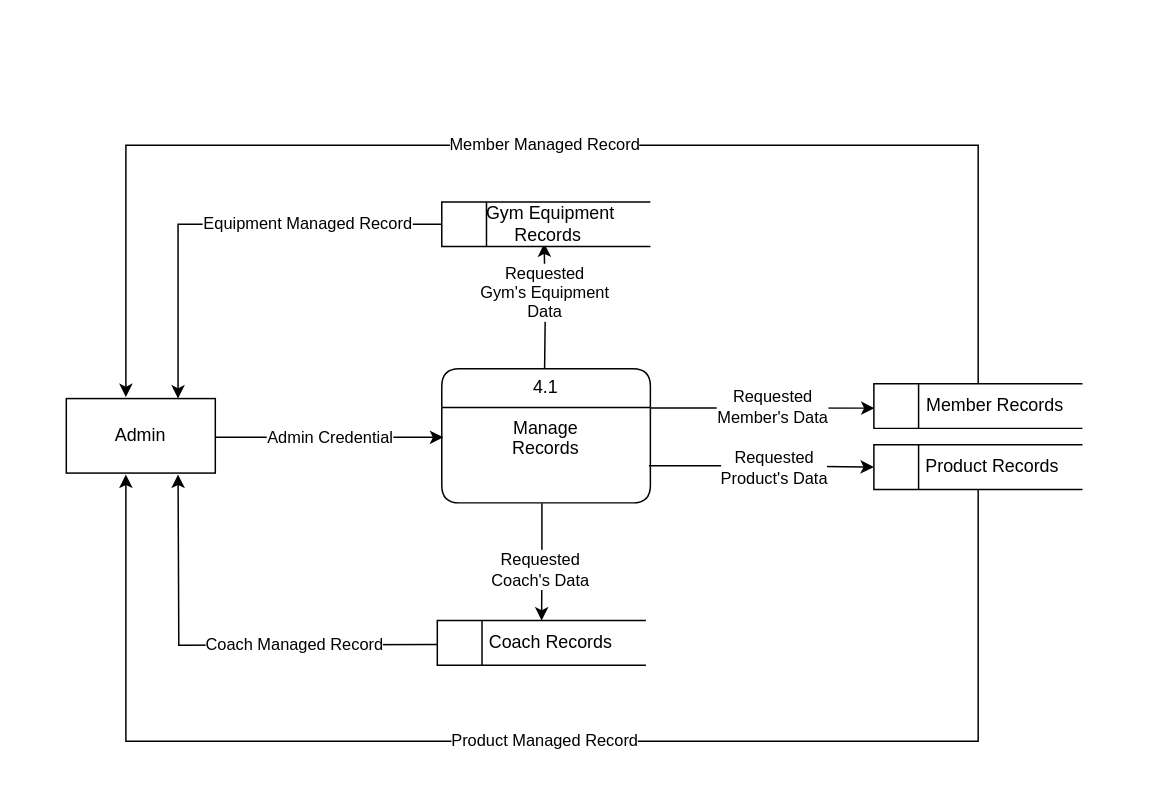
The draw.io diagram page "Level 5 ( Manage Records)" (6 of 11) of Untitled Diagram.drawio in FacundoBnts/app-dev, before the edit. Source tidied: cells renumbered, new cells numbered last; positions are measured from the earlier drawing's top-left corner, leaving out a move shared by most shapes. Both pictures are drawn from the tidied source at 149%, with x=0, y=0 at pixel (66, 145).
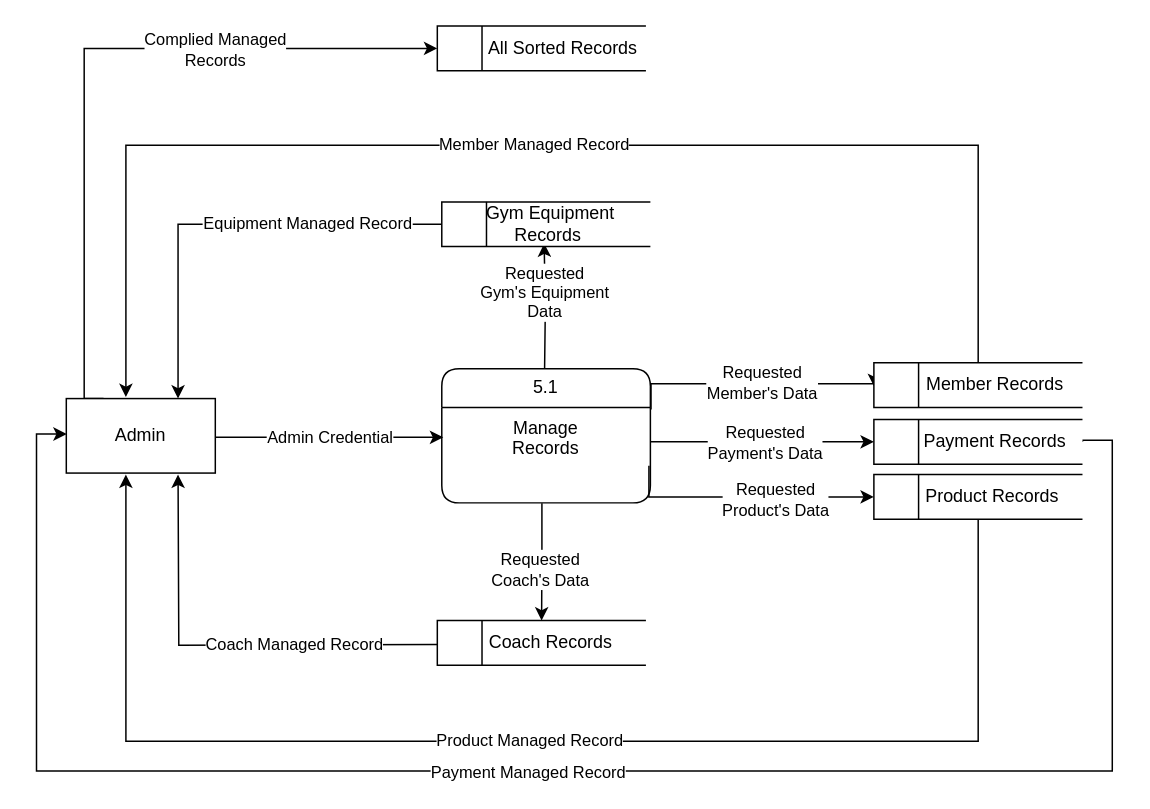
After the change.

The change refers to these unchanged cells:
```xml
<mxCell id="2" value="&lt;div&gt;Admin&lt;/div&gt;" style="html=1;dashed=0;whiteSpace=wrap;" parent="1" vertex="1">
  <mxGeometry y="170" width="100" height="50" as="geometry" />
</mxCell>
<mxCell id="15" value="&lt;div&gt;Manage&lt;br&gt;&lt;/div&gt;&lt;div&gt;Records&lt;br&gt;&lt;/div&gt;" style="text;strokeColor=none;fillColor=none;align=center;verticalAlign=top;spacingLeft=4;spacingRight=4;overflow=hidden;points=[[0,0.5],[1,0.5]];portConstraint=eastwest;whiteSpace=wrap;html=1;" parent="1" vertex="1">
  <mxGeometry x="252" y="176" width="140" height="64" as="geometry" />
</mxCell>
```

The edit, as a diff of the source:
```diff
@@
+    <mxCell id="20" style="edgeStyle=orthogonalEdgeStyle;rounded=0;jettySize=auto;html=1;exitX=0.25;exitY=0;exitDx=0;exitDy=0;entryX=0;entryY=0.5;entryDx=0;entryDy=0;" parent="1" edge="1" source="2" target="27">
+      <mxGeometry relative="1" as="geometry">
+        <Array as="points">
+          <mxPoint x="12" y="170" />
+          <mxPoint x="12" y="-65" />
+        </Array>
+      </mxGeometry>
+    </mxCell>
+    <mxCell id="21" value="&lt;div&gt;Complied Managed &lt;br&gt;&lt;/div&gt;&lt;div&gt;Records&lt;br&gt;&lt;/div&gt;" style="edgeLabel;html=1;align=center;verticalAlign=middle;" parent="20" vertex="1">
+      <mxGeometry x="0.38" relative="1" as="geometry" />
+    </mxCell>
@@
     <mxCell id="3" style="edgeStyle=orthogonalEdgeStyle;rounded=0;jettySize=auto;html=1;exitX=0.993;exitY=0.611;exitDx=0;exitDy=0;entryX=0;entryY=0.5;entryDx=0;entryDy=0;exitPerimeter=0;" parent="1" edge="1" source="15" target="12">
-      <mxGeometry relative="1" as="geometry" />
+      <mxGeometry relative="1" as="geometry">
+        <Array as="points">
+          <mxPoint x="391" y="236" />
+        </Array>
+      </mxGeometry>
     </mxCell>
     <mxCell id="4" value="&lt;div&gt;Requested&lt;/div&gt;&lt;div&gt;Product's Data&lt;br&gt;&lt;/div&gt;" style="edgeLabel;html=1;align=center;verticalAlign=middle;" parent="3" vertex="1">
       <mxGeometry x="-0.22" relative="1" as="geometry">
-        <mxPoint x="24" y="1" as="offset" />
+        <mxPoint x="38" y="1" as="offset" />
       </mxGeometry>
     </mxCell>
     <mxCell id="5" value="&lt;div&gt;Requested &lt;br&gt;&lt;/div&gt;&lt;div&gt;Member's Data&lt;/div&gt;" style="edgeStyle=orthogonalEdgeStyle;rounded=0;jettySize=auto;html=1;exitX=1.003;exitY=0.067;exitDx=0;exitDy=0;exitPerimeter=0;entryX=0.003;entryY=0.547;entryDx=0;entryDy=0;entryPerimeter=0;" parent="1" edge="1" target="11">
       <mxGeometry x="0.09" relative="1" as="geometry">
         <mxPoint x="392.4" y="177.3" as="sourcePoint" />
         <Array as="points">
-          <mxPoint x="542" y="176" />
+          <mxPoint x="392" y="160" />
+          <mxPoint x="542" y="160" />
         </Array>
       </mxGeometry>
     </mxCell>
@@
+    <mxCell id="22" style="edgeStyle=orthogonalEdgeStyle;rounded=0;jettySize=auto;html=1;entryX=0;entryY=0.5;entryDx=0;entryDy=0;" parent="1" edge="1" source="9" target="26">
+      <mxGeometry relative="1" as="geometry">
+        <Array as="points">
+          <mxPoint x="442" y="199" />
+          <mxPoint x="442" y="199" />
+        </Array>
+      </mxGeometry>
+    </mxCell>
+    <mxCell id="23" value="&lt;div&gt;Requested &lt;br&gt;&lt;/div&gt;&lt;div&gt;Payment's Data&lt;br&gt;&lt;/div&gt;" style="edgeLabel;html=1;align=center;verticalAlign=middle;" parent="22" vertex="1">
+      <mxGeometry x="-0.08" relative="1" as="geometry">
+        <mxPoint x="7" as="offset" />
+      </mxGeometry>
+    </mxCell>
-    <mxCell id="9" value="4.1" style="swimlane;fontStyle=0;horizontal=1;startSize=26;fillColor=none;whiteSpace=wrap;html=1;rounded=1;" parent="1" vertex="1">
+    <mxCell id="9" value="&lt;div&gt;5.1&lt;/div&gt;" style="swimlane;fontStyle=0;horizontal=1;startSize=26;fillColor=none;whiteSpace=wrap;html=1;rounded=1;" parent="1" vertex="1">
       <mxGeometry x="252" y="150" width="140" height="90" as="geometry" />
     </mxCell>
@@
     <mxCell id="11" value="&lt;div align=&quot;center&quot;&gt;&amp;nbsp;&amp;nbsp;&amp;nbsp;&amp;nbsp;&amp;nbsp; Member Records&lt;br&gt;&lt;/div&gt;" style="html=1;dashed=0;whiteSpace=wrap;shape=mxgraph.dfd.dataStoreID;align=center;spacingLeft=3;points=[[0,0],[0.5,0],[1,0],[0,0.5],[1,0.5],[0,1],[0.5,1],[1,1]];" parent="1" vertex="1">
-      <mxGeometry x="542" y="160" width="140" height="30" as="geometry" />
+      <mxGeometry x="542" y="146" width="140" height="30" as="geometry" />
     </mxCell>
     <mxCell id="12" value="&amp;nbsp;&amp;nbsp;&amp;nbsp;&amp;nbsp;&amp;nbsp;&amp;nbsp;&amp;nbsp;&amp;nbsp; Product Records" style="html=1;dashed=0;whiteSpace=wrap;shape=mxgraph.dfd.dataStoreID;align=left;spacingLeft=3;points=[[0,0],[0.5,0],[1,0],[0,0.5],[1,0.5],[0,1],[0.5,1],[1,1]];" parent="1" vertex="1">
-      <mxGeometry x="542" y="201" width="140" height="30" as="geometry" />
+      <mxGeometry x="542" y="221" width="140" height="30" as="geometry" />
     </mxCell>
@@
+    <mxCell id="24" style="edgeStyle=orthogonalEdgeStyle;rounded=0;jettySize=auto;html=1;entryX=0.003;entryY=0.475;entryDx=0;entryDy=0;entryPerimeter=0;exitX=1;exitY=0.5;exitDx=0;exitDy=0;" parent="1" edge="1" source="26" target="2">
+      <mxGeometry relative="1" as="geometry">
+        <Array as="points">
+          <mxPoint x="702" y="198" />
+          <mxPoint x="702" y="420" />
+          <mxPoint x="-20" y="420" />
+          <mxPoint x="-20" y="194" />
+        </Array>
+      </mxGeometry>
+    </mxCell>
+    <mxCell id="25" value="Payment Managed Record" style="edgeLabel;html=1;align=center;verticalAlign=middle;" parent="24" vertex="1">
+      <mxGeometry x="0.05" y="3" relative="1" as="geometry">
+        <mxPoint y="-3" as="offset" />
+      </mxGeometry>
+    </mxCell>
+    <mxCell id="26" value="&lt;div align=&quot;center&quot;&gt;&amp;nbsp;&amp;nbsp;&amp;nbsp;&amp;nbsp;&amp;nbsp; Payment Records&lt;br&gt;&lt;/div&gt;" style="html=1;dashed=0;whiteSpace=wrap;shape=mxgraph.dfd.dataStoreID;align=center;spacingLeft=3;points=[[0,0],[0.5,0],[1,0],[0,0.5],[1,0.5],[0,1],[0.5,1],[1,1]];" parent="1" vertex="1">
+      <mxGeometry x="542" y="184" width="140" height="30" as="geometry" />
+    </mxCell>
+    <mxCell id="27" value="&lt;div align=&quot;center&quot;&gt;&amp;nbsp;&amp;nbsp;&amp;nbsp;&amp;nbsp;&amp;nbsp;&amp;nbsp;&amp;nbsp; All Sorted Records&lt;br&gt;&lt;/div&gt;" style="html=1;dashed=0;whiteSpace=wrap;shape=mxgraph.dfd.dataStoreID;align=center;spacingLeft=3;points=[[0,0],[0.5,0],[1,0],[0,0.5],[1,0.5],[0,1],[0.5,1],[1,1]];" parent="1" vertex="1">
+      <mxGeometry x="249" y="-80" width="140" height="30" as="geometry" />
+    </mxCell>
```
